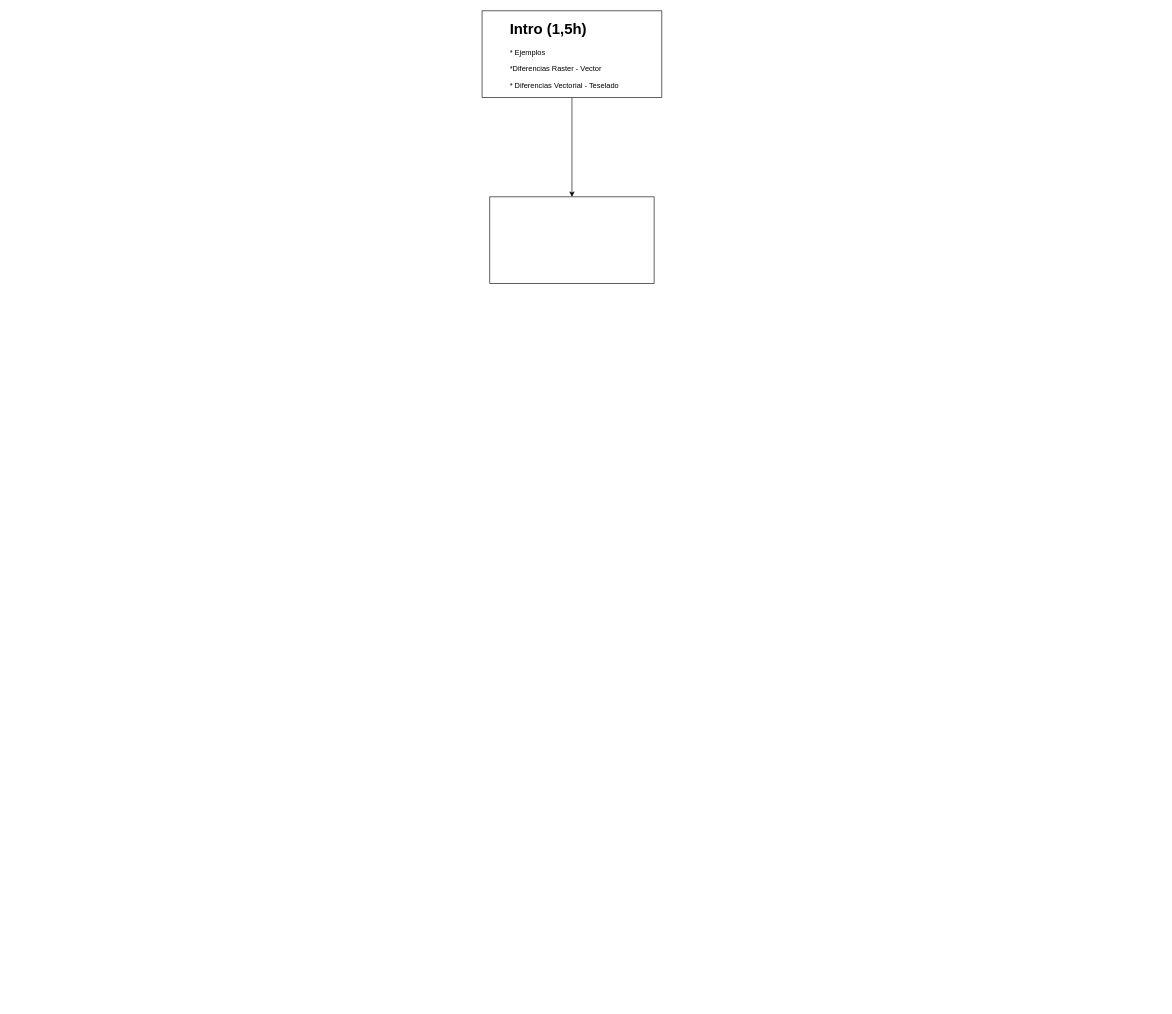
The draw.io diagram Untitled Diagram.drawio in IngenieroGeomatico/IngenieroGeomatico, before the edit. Source tidied: cells renumbered, new cells numbered last; positions are measured from the earlier drawing's top-left corner, leaving out a move shared by most shapes. Both pictures are drawn from the tidied source at 62%, with x=0, y=0 at pixel (482, 11).
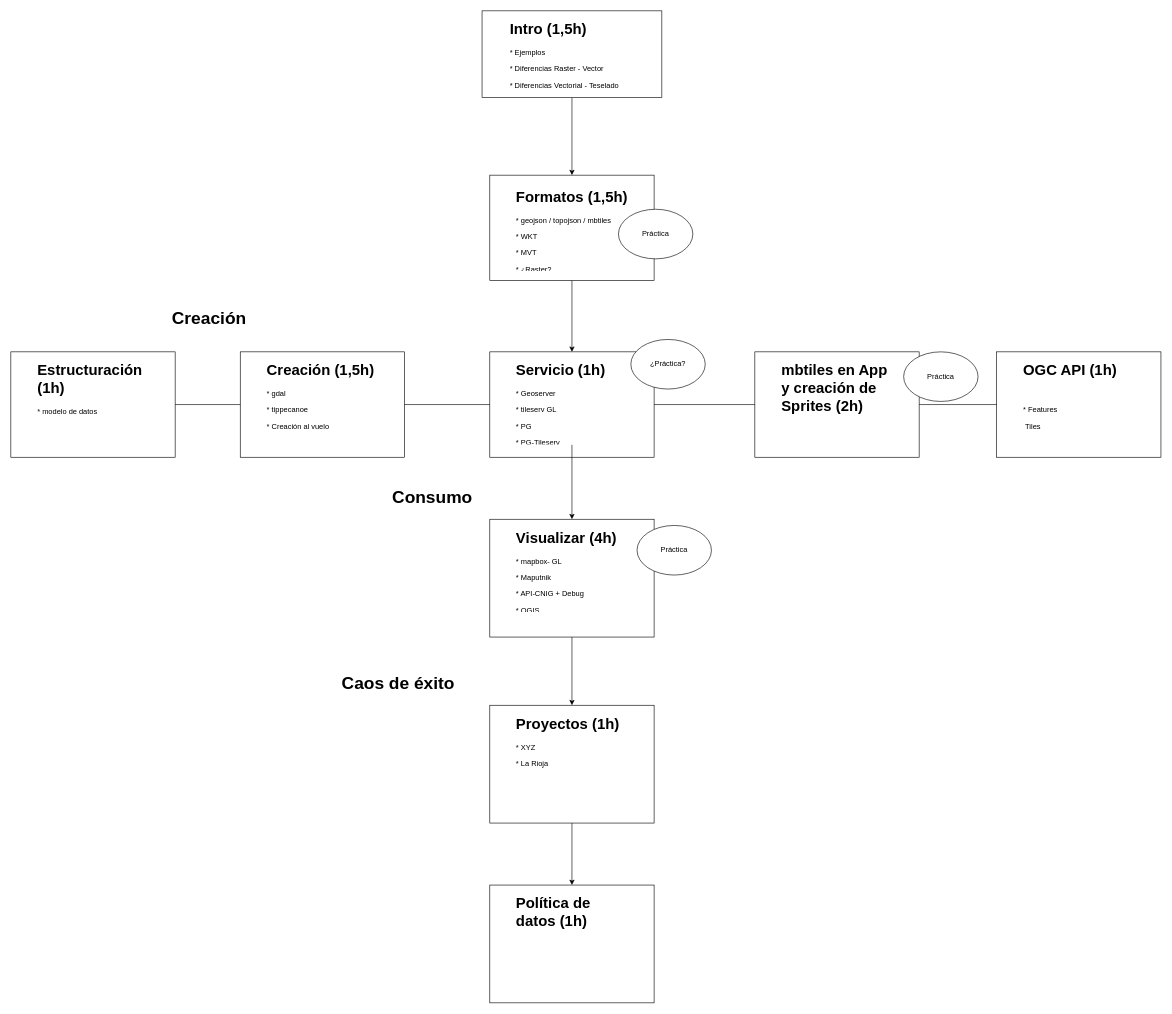
The same page after the edit.

What changed in the source:
```diff
@@
-    <mxCell id="4" value="&lt;h1&gt;Intro (1,5h)&lt;/h1&gt;&lt;p&gt;* Ejemplos&lt;/p&gt;&lt;p&gt;*Diferencias Raster - Vector&lt;/p&gt;&lt;p&gt;* Diferencias Vectorial - Teselado&lt;/p&gt;" style="text;html=1;strokeColor=none;fillColor=none;spacing=5;spacingTop=-20;whiteSpace=wrap;overflow=hidden;rounded=0;" parent="1" vertex="1">
+    <mxCell id="4" value="&lt;h1&gt;Intro (1,5h)&lt;/h1&gt;&lt;p&gt;* Ejemplos&lt;/p&gt;&lt;p&gt;* Diferencias Raster - Vector&lt;/p&gt;&lt;p&gt;* Diferencias Vectorial - Teselado&lt;/p&gt;" style="text;html=1;strokeColor=none;fillColor=none;spacing=5;spacingTop=-20;whiteSpace=wrap;overflow=hidden;rounded=0;" parent="1" vertex="1">
       <mxGeometry x="40" y="10" width="190" height="120" as="geometry" />
     </mxCell>
     <mxCell id="5" style="rounded=0;whiteSpace=wrap;html=1;" parent="1" vertex="1">
-      <mxGeometry x="12.5" y="300" width="265" height="140" as="geometry" />
+      <mxGeometry x="12.5" y="265" width="265" height="170" as="geometry" />
     </mxCell>
+    <mxCell id="6" style="edgeStyle=orthogonalEdgeStyle;rounded=0;jettySize=auto;html=1;entryX=0.5;entryY=0;entryDx=0;entryDy=0;exitX=0.5;exitY=1;exitDx=0;exitDy=0;" parent="1" edge="1" source="5" target="8">
+      <mxGeometry relative="1" as="geometry" />
+    </mxCell>
+    <mxCell id="7" value="&lt;h1&gt;Formatos (1,5h)&lt;/h1&gt;&lt;p&gt;* geojson / topojson / mbtiles&lt;br&gt;&lt;/p&gt;&lt;p&gt;* WKT&lt;/p&gt;&lt;p&gt;* MVT&lt;/p&gt;&lt;p&gt;* ¿Raster?&lt;/p&gt;" style="text;html=1;strokeColor=none;fillColor=none;spacing=5;spacingTop=-20;whiteSpace=wrap;overflow=hidden;rounded=0;" parent="1" vertex="1">
+      <mxGeometry x="50" y="280" width="190" height="140" as="geometry" />
+    </mxCell>
+    <mxCell id="8" style="rounded=0;whiteSpace=wrap;html=1;" parent="1" vertex="1">
+      <mxGeometry x="12.5" y="550" width="265" height="170" as="geometry" />
+    </mxCell>
+    <mxCell id="9" style="edgeStyle=orthogonalEdgeStyle;rounded=0;jettySize=auto;html=1;entryX=0.5;entryY=0;entryDx=0;entryDy=0;fontSize=28;" parent="1" edge="1" source="10" target="29">
+      <mxGeometry relative="1" as="geometry" />
+    </mxCell>
+    <mxCell id="10" value="&lt;h1&gt;Servicio (1h)&lt;/h1&gt;&lt;p&gt;* Geoserver&lt;br&gt;&lt;/p&gt;&lt;p&gt;* tileserv GL&lt;/p&gt;&lt;p&gt;* PG&lt;/p&gt;&lt;p&gt;* PG-Tileserv&lt;/p&gt;" style="text;html=1;strokeColor=none;fillColor=none;spacing=5;spacingTop=-20;whiteSpace=wrap;overflow=hidden;rounded=0;" parent="1" vertex="1">
+      <mxGeometry x="50" y="560" width="190" height="140" as="geometry" />
+    </mxCell>
+    <mxCell id="11" value="Práctica" style="ellipse;whiteSpace=wrap;html=1;" parent="1" vertex="1">
+      <mxGeometry x="220" y="320" width="120" height="80" as="geometry" />
+    </mxCell>
+    <mxCell id="12" style="rounded=0;whiteSpace=wrap;html=1;" parent="1" vertex="1">
+      <mxGeometry x="-760" y="550" width="265" height="170" as="geometry" />
+    </mxCell>
+    <mxCell id="13" value="&lt;h1&gt;Estructuración (1h)&lt;/h1&gt;&lt;p&gt;* modelo de datos&lt;br&gt;&lt;/p&gt;&lt;p&gt;&lt;br&gt;&lt;/p&gt;" style="text;html=1;strokeColor=none;fillColor=none;spacing=5;spacingTop=-20;whiteSpace=wrap;overflow=hidden;rounded=0;" parent="1" vertex="1">
+      <mxGeometry x="-722.5" y="560" width="190" height="140" as="geometry" />
+    </mxCell>
+    <mxCell id="14" style="rounded=0;whiteSpace=wrap;html=1;" parent="1" vertex="1">
+      <mxGeometry x="-390" y="550" width="265" height="170" as="geometry" />
+    </mxCell>
+    <mxCell id="15" value="&lt;h1&gt;Creación (1,5h)&lt;/h1&gt;&lt;p&gt;* gdal&lt;br&gt;&lt;/p&gt;&lt;p&gt;* tippecanoe&lt;/p&gt;&lt;p&gt;* Creación al vuelo&lt;/p&gt;&lt;p&gt;&lt;br&gt;&lt;/p&gt;" style="text;html=1;strokeColor=none;fillColor=none;spacing=5;spacingTop=-20;whiteSpace=wrap;overflow=hidden;rounded=0;" parent="1" vertex="1">
+      <mxGeometry x="-352.5" y="560" width="190" height="140" as="geometry" />
+    </mxCell>
+    <mxCell id="16" value="¿Práctica?" style="ellipse;whiteSpace=wrap;html=1;" parent="1" vertex="1">
+      <mxGeometry x="240" y="530" width="120" height="80" as="geometry" />
+    </mxCell>
+    <mxCell id="17" style="rounded=0;whiteSpace=wrap;html=1;" parent="1" vertex="1">
+      <mxGeometry x="440" y="550" width="265" height="170" as="geometry" />
+    </mxCell>
+    <mxCell id="18" value="&lt;h1&gt;mbtiles en App y creación de Sprites (2h)&lt;/h1&gt;&lt;p&gt;&lt;br&gt;&lt;/p&gt;&lt;p&gt;&lt;br&gt;&lt;/p&gt;" style="text;html=1;strokeColor=none;fillColor=none;spacing=5;spacingTop=-20;whiteSpace=wrap;overflow=hidden;rounded=0;" parent="1" vertex="1">
+      <mxGeometry x="477.5" y="560" width="190" height="140" as="geometry" />
+    </mxCell>
+    <mxCell id="19" value="Práctica" style="ellipse;whiteSpace=wrap;html=1;" parent="1" vertex="1">
+      <mxGeometry x="680" y="550" width="120" height="80" as="geometry" />
+    </mxCell>
+    <mxCell id="20" style="rounded=0;whiteSpace=wrap;html=1;" parent="1" vertex="1">
+      <mxGeometry x="830" y="550" width="265" height="170" as="geometry" />
+    </mxCell>
+    <mxCell id="21" value="&lt;h1&gt;OGC API (1h)&lt;/h1&gt;&lt;p&gt;&lt;br&gt;&lt;/p&gt;&lt;p&gt;* Features&lt;/p&gt;&lt;p&gt;&amp;nbsp;Tiles&lt;/p&gt;" style="text;html=1;strokeColor=none;fillColor=none;spacing=5;spacingTop=-20;whiteSpace=wrap;overflow=hidden;rounded=0;" parent="1" vertex="1">
+      <mxGeometry x="867.5" y="560" width="190" height="140" as="geometry" />
+    </mxCell>
+    <mxCell id="22" style="endArrow=none;html=1;rounded=0;exitX=1;exitY=0.5;exitDx=0;exitDy=0;entryX=0;entryY=0.5;entryDx=0;entryDy=0;" parent="1" edge="1" source="14" target="8">
+      <mxGeometry relative="1" as="geometry" />
+    </mxCell>
+    <mxCell id="23" style="endArrow=none;html=1;rounded=0;exitX=1;exitY=0.5;exitDx=0;exitDy=0;entryX=0;entryY=0.5;entryDx=0;entryDy=0;" parent="1" edge="1" source="12" target="14">
+      <mxGeometry relative="1" as="geometry" />
+    </mxCell>
+    <mxCell id="24" style="endArrow=none;html=1;rounded=0;entryX=0;entryY=0.5;entryDx=0;entryDy=0;" parent="1" edge="1" source="8" target="17">
+      <mxGeometry relative="1" as="geometry" />
+    </mxCell>
+    <mxCell id="25" style="endArrow=none;html=1;rounded=0;entryX=0;entryY=0.5;entryDx=0;entryDy=0;exitX=1;exitY=0.5;exitDx=0;exitDy=0;" parent="1" edge="1" source="17" target="20">
+      <mxGeometry relative="1" as="geometry" />
+    </mxCell>
+    <mxCell id="26" value="&lt;b&gt;&lt;font style=&quot;font-size: 28px&quot;&gt;Creación&lt;/font&gt;&lt;/b&gt;" style="text;html=1;strokeColor=none;fillColor=none;align=center;verticalAlign=middle;whiteSpace=wrap;rounded=0;" parent="1" vertex="1">
+      <mxGeometry x="-470" y="480" width="60" height="30" as="geometry" />
+    </mxCell>
+    <mxCell id="27" value="&lt;b&gt;&lt;font style=&quot;font-size: 28px&quot;&gt;Consumo&lt;/font&gt;&lt;/b&gt;" style="text;html=1;strokeColor=none;fillColor=none;align=center;verticalAlign=middle;whiteSpace=wrap;rounded=0;" parent="1" vertex="1">
+      <mxGeometry x="-110" y="770" width="60" height="30" as="geometry" />
+    </mxCell>
+    <mxCell id="28" style="edgeStyle=orthogonalEdgeStyle;rounded=0;jettySize=auto;html=1;entryX=0.5;entryY=0;entryDx=0;entryDy=0;fontSize=28;" parent="1" edge="1" source="29" target="33">
+      <mxGeometry relative="1" as="geometry" />
+    </mxCell>
+    <mxCell id="29" style="rounded=0;whiteSpace=wrap;html=1;" parent="1" vertex="1">
+      <mxGeometry x="12.5" y="820" width="265" height="190" as="geometry" />
+    </mxCell>
+    <mxCell id="30" value="&lt;h1&gt;Visualizar (4h)&lt;/h1&gt;&lt;p&gt;* mapbox- GL&lt;br&gt;&lt;/p&gt;&lt;p&gt;* Maputnik&lt;/p&gt;&lt;p&gt;* API-CNIG + Debug&lt;/p&gt;&lt;p&gt;* QGIS&lt;/p&gt;" style="text;html=1;strokeColor=none;fillColor=none;spacing=5;spacingTop=-20;whiteSpace=wrap;overflow=hidden;rounded=0;" parent="1" vertex="1">
+      <mxGeometry x="50" y="830" width="190" height="140" as="geometry" />
+    </mxCell>
+    <mxCell id="31" value="&lt;b&gt;&lt;font style=&quot;font-size: 28px&quot;&gt;Caos de éxito&lt;/font&gt;&lt;/b&gt;" style="text;html=1;strokeColor=none;fillColor=none;align=center;verticalAlign=middle;whiteSpace=wrap;rounded=0;" parent="1" vertex="1">
+      <mxGeometry x="-250" y="1070" width="230" height="30" as="geometry" />
+    </mxCell>
+    <mxCell id="32" style="edgeStyle=orthogonalEdgeStyle;rounded=0;jettySize=auto;html=1;entryX=0.5;entryY=0;entryDx=0;entryDy=0;fontSize=28;" parent="1" edge="1" source="33" target="35">
+      <mxGeometry relative="1" as="geometry" />
+    </mxCell>
+    <mxCell id="33" style="rounded=0;whiteSpace=wrap;html=1;" parent="1" vertex="1">
+      <mxGeometry x="12.5" y="1120" width="265" height="190" as="geometry" />
+    </mxCell>
+    <mxCell id="34" value="&lt;h1&gt;Proyectos (1h)&lt;/h1&gt;&lt;p&gt;* XYZ&lt;/p&gt;&lt;p&gt;* La Rioja&lt;/p&gt;" style="text;html=1;strokeColor=none;fillColor=none;spacing=5;spacingTop=-20;whiteSpace=wrap;overflow=hidden;rounded=0;" parent="1" vertex="1">
+      <mxGeometry x="50" y="1130" width="190" height="140" as="geometry" />
+    </mxCell>
+    <mxCell id="35" style="rounded=0;whiteSpace=wrap;html=1;" parent="1" vertex="1">
+      <mxGeometry x="12.5" y="1410" width="265" height="190" as="geometry" />
+    </mxCell>
+    <mxCell id="36" value="&lt;h1&gt;Política de datos (1h)&lt;/h1&gt;" style="text;html=1;strokeColor=none;fillColor=none;spacing=5;spacingTop=-20;whiteSpace=wrap;overflow=hidden;rounded=0;" parent="1" vertex="1">
+      <mxGeometry x="50" y="1420" width="190" height="140" as="geometry" />
+    </mxCell>
+    <mxCell id="37" value="Práctica" style="ellipse;whiteSpace=wrap;html=1;" parent="1" vertex="1">
+      <mxGeometry x="250" y="830" width="120" height="80" as="geometry" />
+    </mxCell>
```
